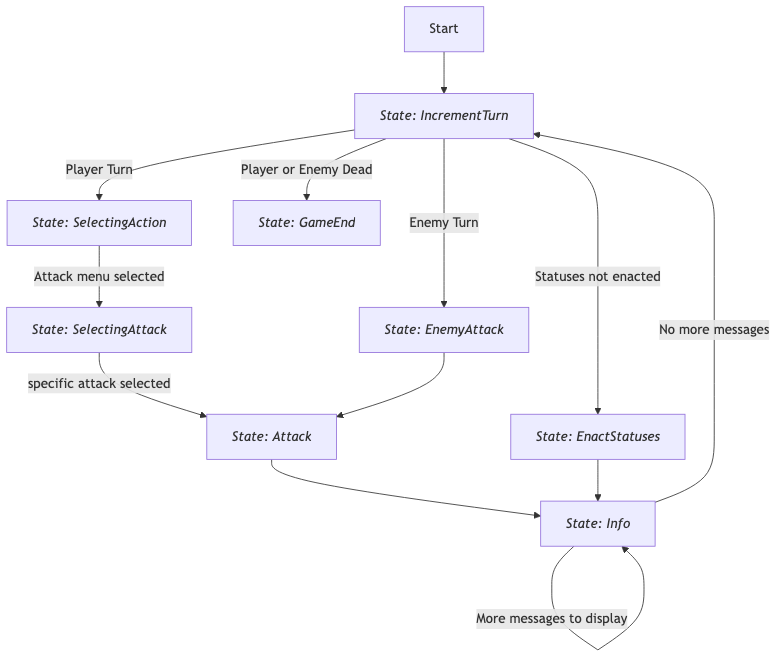
The Mermaid diagram docs/state_diagram.png in JakeTaussig/rpg-rougelike, before a commit. Its source is kept beside it as docs/state_diagram.mermaid. Source of this version:
```mermaid
flowchart TD
  Start
  IncrementTurn[*State: IncrementTurn*]
  SelectingAction[*State: SelectingAction*]
  SelectingAttack[*State: SelectingAttack*]
  Attack[*State: Attack*]
  Info[*State: Info*]
  EnemyAttack[*State: EnemyAttack*]
  GameEnd[*State: GameEnd*]
  EnactStatuses[*State: EnactStatuses*]

  Start --> IncrementTurn

  IncrementTurn --> |Player Turn| SelectingAction
  SelectingAction --> |Attack menu selected| SelectingAttack
  SelectingAttack --> |specific attack selected| Attack

  IncrementTurn --> |Enemy Turn| EnemyAttack
  EnemyAttack --> Attack

  Attack --> Info

  IncrementTurn --> |Player or Enemy Dead| GameEnd

  IncrementTurn --> |Statuses not enacted| EnactStatuses

  Info --> |No more messages| IncrementTurn
  Info --> |More messages to display| Info

  EnactStatuses --> Info
```
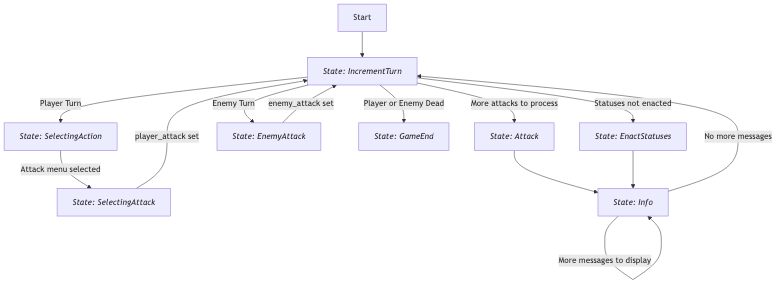
After the commit.

Commit message:
update state diagram

Change to the diagram source:
```diff
@@ -13,11 +13,12 @@
 
   IncrementTurn --> |Player Turn| SelectingAction
   SelectingAction --> |Attack menu selected| SelectingAttack
-  SelectingAttack --> |specific attack selected| Attack
+  SelectingAttack --> |player_attack set| IncrementTurn
 
   IncrementTurn --> |Enemy Turn| EnemyAttack
-  EnemyAttack --> Attack
+  EnemyAttack --> |enemy_attack set| IncrementTurn
 
+  IncrementTurn --> |More attacks to process| Attack
   Attack --> Info
 
   IncrementTurn --> |Player or Enemy Dead| GameEnd
```
